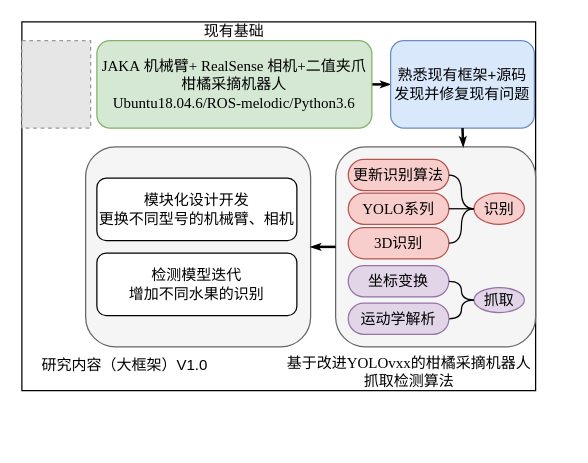
Before: Orange_robot.drawio in songshimiao/Figure_Chart, a draw.io diagram. Source tidied: cells renumbered, new cells numbered last; positions are measured from the earlier drawing's top-left corner, leaving out a move shared by most shapes. Both pictures are drawn from the tidied source at 125%, with x=0, y=0 at pixel (21, 21). Pictures stored in the file or linked from it are replaced by grey dashed boxes.
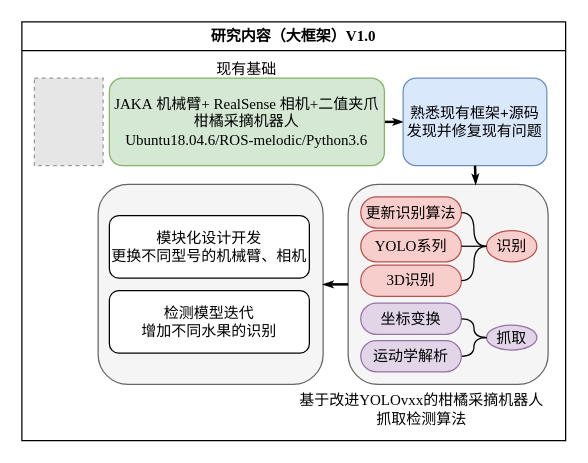
The same diagram, later.

Commit message:
更改了模块化布局

What changed in the source:
```diff
@@
+    <mxCell id="33" value="&lt;font face=&quot;宋体&quot;&gt;研究内容（大框架）&lt;/font&gt;&lt;font face=&quot;Times New Roman&quot;&gt;V1.0&lt;/font&gt;" style="swimlane;whiteSpace=wrap;html=1;" parent="1" vertex="1">
+      <mxGeometry width="435" height="335" as="geometry" />
+    </mxCell>
-    <mxCell id="2" style="group;strokeColor=default;perimeterSpacing=0;" parent="1" vertex="1">
-      <mxGeometry width="411" height="295" as="geometry" />
+    <mxCell id="2" style="group;strokeColor=none;perimeterSpacing=0;" parent="33" vertex="1">
+      <mxGeometry x="10" y="30" width="411" height="295" as="geometry" />
     </mxCell>
@@
-    <mxCell id="32" value="研究内容（大框架）V1.0" style="text;html=1;align=center;verticalAlign=middle;whiteSpace=wrap;rounded=0;" parent="2" vertex="1">
-      <mxGeometry x="5" y="260" width="155" height="30" as="geometry" />
-    </mxCell>
```
